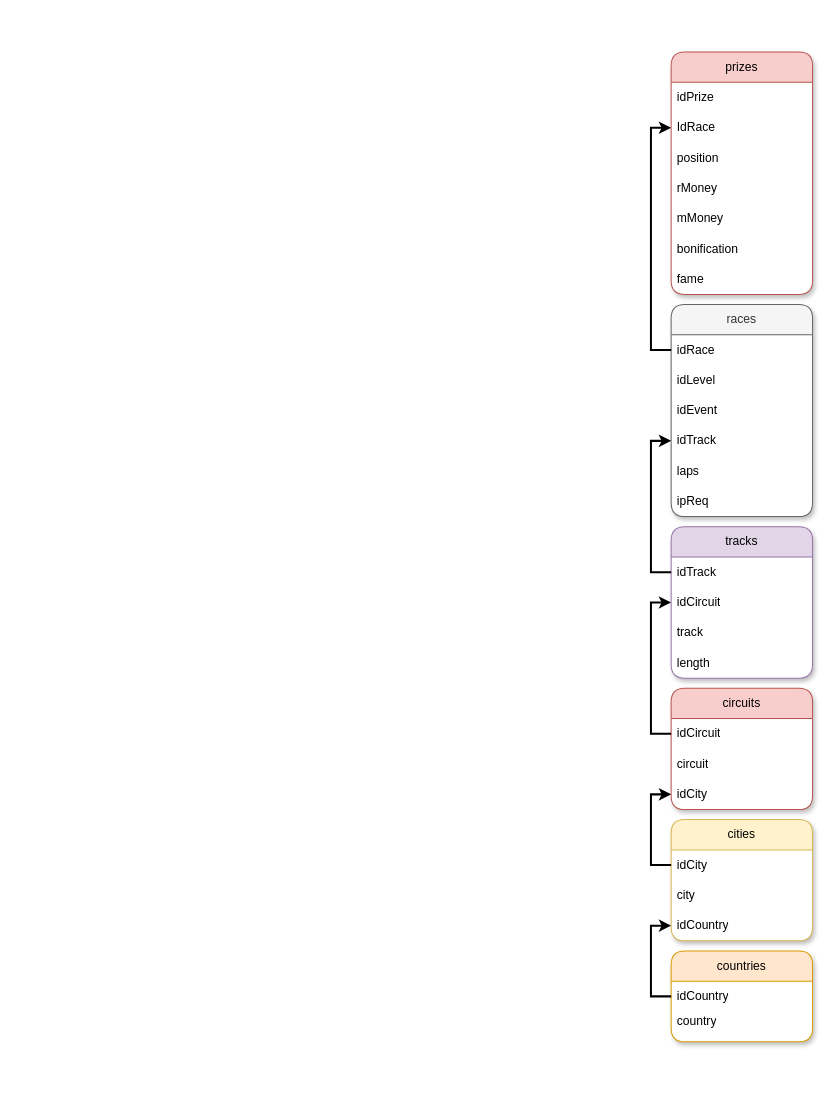
This is schema/rr3schema.drawio from joadaro/bd-real-racing-3, a draw.io file, before an edit. Source tidied: cells renumbered, new cells numbered last; positions are measured from the earlier drawing's top-left corner, leaving out a move shared by most shapes. Both pictures are drawn from the tidied source at 101%, with x=0, y=0 at pixel (671, 52).
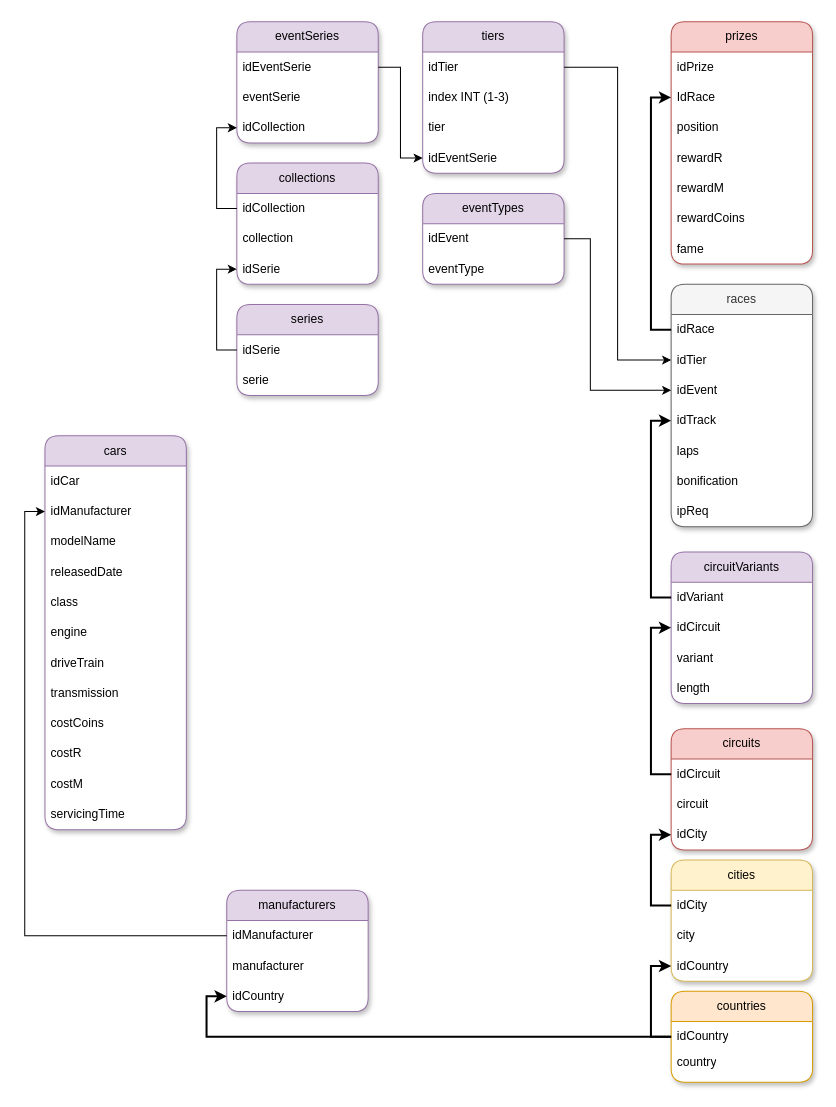
After the change.

Unchanged cells that the change refers to:
```xml
<mxCell id="3" value="idCountry" style="text;strokeColor=none;fillColor=none;align=left;verticalAlign=middle;spacingLeft=4;spacingRight=4;overflow=hidden;points=[[0,0.5],[1,0.5]];portConstraint=eastwest;whiteSpace=wrap;html=1;" parent="2" vertex="1">
  <mxGeometry y="30" width="140" height="30" as="geometry" />
</mxCell>
<mxCell id="24" value="idEvent" style="text;strokeColor=none;fillColor=none;align=left;verticalAlign=middle;spacingLeft=4;spacingRight=4;overflow=hidden;points=[[0,0.5],[1,0.5]];portConstraint=eastwest;whiteSpace=wrap;html=1;" parent="21" vertex="1">
  <mxGeometry y="90" width="140" height="30" as="geometry" />
</mxCell>
```

Diff of the diagram source:
```diff
@@
     <mxCell id="2" value="countries" style="swimlane;fontStyle=0;horizontal=1;startSize=30;whiteSpace=wrap;html=1;fillColor=#ffe6cc;strokeColor=#d79b00;swimlaneFillColor=default;rounded=1;glass=0;shadow=1;" parent="1" vertex="1">
-      <mxGeometry y="890" width="140" height="90" as="geometry" />
+      <mxGeometry y="930" width="140" height="90" as="geometry" />
     </mxCell>
@@
     <mxCell id="5" value="cities" style="swimlane;fontStyle=0;horizontal=1;startSize=30;whiteSpace=wrap;html=1;fillColor=#fff2cc;strokeColor=#d6b656;swimlaneFillColor=default;rounded=1;shadow=1;" parent="1" vertex="1">
-      <mxGeometry y="760" width="140" height="120" as="geometry" />
+      <mxGeometry y="800" width="140" height="120" as="geometry" />
     </mxCell>
@@
     <mxCell id="10" value="circuits" style="swimlane;fontStyle=0;horizontal=1;startSize=30;whiteSpace=wrap;html=1;fillColor=#f8cecc;strokeColor=#b85450;swimlaneFillColor=default;rounded=1;shadow=1;" parent="1" vertex="1">
-      <mxGeometry y="630" width="140" height="120" as="geometry" />
+      <mxGeometry y="670" width="140" height="120" as="geometry" />
     </mxCell>
@@
-    <mxCell id="15" value="tracks" style="swimlane;fontStyle=0;horizontal=1;startSize=30;whiteSpace=wrap;html=1;fillColor=#e1d5e7;strokeColor=#9673a6;swimlaneFillColor=default;rounded=1;shadow=1;" parent="1" vertex="1">
-      <mxGeometry y="470" width="140" height="150" as="geometry" />
+    <mxCell id="15" value="circuitVariants" style="swimlane;fontStyle=0;horizontal=1;startSize=30;whiteSpace=wrap;html=1;fillColor=#e1d5e7;strokeColor=#9673a6;swimlaneFillColor=default;rounded=1;shadow=1;" parent="1" vertex="1">
+      <mxGeometry y="495" width="140" height="150" as="geometry" />
     </mxCell>
-    <mxCell id="16" value="idTrack" style="text;strokeColor=none;fillColor=none;align=left;verticalAlign=middle;spacingLeft=4;spacingRight=4;overflow=hidden;points=[[0,0.5],[1,0.5]];portConstraint=eastwest;whiteSpace=wrap;html=1;" parent="15" vertex="1">
+    <mxCell id="16" value="idVariant" style="text;strokeColor=none;fillColor=none;align=left;verticalAlign=middle;spacingLeft=4;spacingRight=4;overflow=hidden;points=[[0,0.5],[1,0.5]];portConstraint=eastwest;whiteSpace=wrap;html=1;" parent="15" vertex="1">
       <mxGeometry y="30" width="140" height="30" as="geometry" />
     </mxCell>
@@
-    <mxCell id="18" value="track" style="text;strokeColor=none;fillColor=none;align=left;verticalAlign=middle;spacingLeft=4;spacingRight=4;overflow=hidden;whiteSpace=wrap;html=1;" parent="15" vertex="1">
+    <mxCell id="18" value="variant" style="text;strokeColor=none;fillColor=none;align=left;verticalAlign=middle;spacingLeft=4;spacingRight=4;overflow=hidden;whiteSpace=wrap;html=1;" parent="15" vertex="1">
       <mxGeometry y="90" width="140" height="30" as="geometry" />
     </mxCell>
@@
     <mxCell id="21" value="races" style="swimlane;fontStyle=0;horizontal=1;startSize=30;whiteSpace=wrap;html=1;swimlaneFillColor=default;rounded=1;shadow=1;fillColor=#f5f5f5;fontColor=#333333;strokeColor=#666666;" parent="1" vertex="1">
-      <mxGeometry y="250" width="140" height="210" as="geometry" />
+      <mxGeometry y="230" width="140" height="240" as="geometry" />
     </mxCell>
@@
-    <mxCell id="23" value="idLevel" style="text;strokeColor=none;fillColor=none;align=left;verticalAlign=middle;spacingLeft=4;spacingRight=4;overflow=hidden;whiteSpace=wrap;html=1;" parent="21" vertex="1">
-      <mxGeometry y="60" width="140" height="30" as="geometry" />
-    </mxCell>
+    <mxCell id="38" value="idTier" style="text;strokeColor=none;fillColor=none;align=left;verticalAlign=middle;spacingLeft=4;spacingRight=4;overflow=hidden;points=[[0,0.5],[1,0.5]];portConstraint=eastwest;whiteSpace=wrap;html=1;" parent="21" vertex="1">
+      <mxGeometry y="60" width="140" height="30" as="geometry" />
+    </mxCell>
@@
+    <mxCell id="35" value="bonification" style="text;strokeColor=none;fillColor=none;align=left;verticalAlign=middle;spacingLeft=4;spacingRight=4;overflow=hidden;whiteSpace=wrap;html=1;" parent="21" vertex="1">
+      <mxGeometry y="180" width="140" height="30" as="geometry" />
+    </mxCell>
     <mxCell id="27" value="ipReq" style="text;strokeColor=none;fillColor=none;align=left;verticalAlign=middle;spacingLeft=4;spacingRight=4;overflow=hidden;whiteSpace=wrap;html=1;" parent="21" vertex="1">
-      <mxGeometry y="180" width="140" height="30" as="geometry" />
+      <mxGeometry y="210" width="140" height="30" as="geometry" />
     </mxCell>
@@
     <mxCell id="29" value="prizes" style="swimlane;fontStyle=0;horizontal=1;startSize=30;whiteSpace=wrap;html=1;fillColor=#f8cecc;strokeColor=#b85450;gradientColor=none;swimlaneFillColor=default;rounded=1;shadow=1;" parent="1" vertex="1">
-      <mxGeometry width="140" height="240" as="geometry" />
+      <mxGeometry y="-30" width="140" height="240" as="geometry" />
     </mxCell>
@@
-    <mxCell id="33" value="rMoney" style="text;strokeColor=none;fillColor=none;align=left;verticalAlign=middle;spacingLeft=4;spacingRight=4;overflow=hidden;whiteSpace=wrap;html=1;" parent="29" vertex="1">
+    <mxCell id="33" value="rewardR" style="text;strokeColor=none;fillColor=none;align=left;verticalAlign=middle;spacingLeft=4;spacingRight=4;overflow=hidden;whiteSpace=wrap;html=1;" parent="29" vertex="1">
       <mxGeometry y="120" width="140" height="30" as="geometry" />
     </mxCell>
-    <mxCell id="34" value="mMoney" style="text;strokeColor=none;fillColor=none;align=left;verticalAlign=middle;spacingLeft=4;spacingRight=4;overflow=hidden;whiteSpace=wrap;html=1;" parent="29" vertex="1">
+    <mxCell id="34" value="rewardM" style="text;strokeColor=none;fillColor=none;align=left;verticalAlign=middle;spacingLeft=4;spacingRight=4;overflow=hidden;whiteSpace=wrap;html=1;" parent="29" vertex="1">
       <mxGeometry y="150" width="140" height="30" as="geometry" />
     </mxCell>
-    <mxCell id="35" value="bonification" style="text;strokeColor=none;fillColor=none;align=left;verticalAlign=middle;spacingLeft=4;spacingRight=4;overflow=hidden;whiteSpace=wrap;html=1;" parent="29" vertex="1">
-      <mxGeometry y="180" width="140" height="30" as="geometry" />
-    </mxCell>
+    <mxCell id="39" value="rewardCoins" style="text;strokeColor=none;fillColor=none;align=left;verticalAlign=middle;spacingLeft=4;spacingRight=4;overflow=hidden;whiteSpace=wrap;html=1;" parent="29" vertex="1">
+      <mxGeometry y="180" width="140" height="30" as="geometry" />
+    </mxCell>
@@
+    <mxCell id="40" value="series" style="swimlane;fontStyle=0;horizontal=1;startSize=30;whiteSpace=wrap;html=1;fillColor=#e1d5e7;strokeColor=#9673a6;swimlaneFillColor=default;rounded=1;shadow=1;" parent="1" vertex="1">
+      <mxGeometry x="-430" y="250" width="140" height="90" as="geometry" />
+    </mxCell>
+    <mxCell id="41" value="idSerie" style="text;strokeColor=none;fillColor=none;align=left;verticalAlign=middle;spacingLeft=4;spacingRight=4;overflow=hidden;points=[[0,0.5],[1,0.5]];portConstraint=eastwest;whiteSpace=wrap;html=1;" parent="40" vertex="1">
+      <mxGeometry y="30" width="140" height="30" as="geometry" />
+    </mxCell>
+    <mxCell id="42" value="serie" style="text;strokeColor=none;fillColor=none;align=left;verticalAlign=middle;spacingLeft=4;spacingRight=4;overflow=hidden;whiteSpace=wrap;html=1;" parent="40" vertex="1">
+      <mxGeometry y="60" width="140" height="30" as="geometry" />
+    </mxCell>
+    <mxCell id="43" value="collections" style="swimlane;fontStyle=0;horizontal=1;startSize=30;whiteSpace=wrap;html=1;fillColor=#e1d5e7;strokeColor=#9673a6;swimlaneFillColor=default;rounded=1;shadow=1;" parent="1" vertex="1">
+      <mxGeometry x="-430" y="110" width="140" height="120" as="geometry" />
+    </mxCell>
+    <mxCell id="44" value="idCollection" style="text;strokeColor=none;fillColor=none;align=left;verticalAlign=middle;spacingLeft=4;spacingRight=4;overflow=hidden;points=[[0,0.5],[1,0.5]];portConstraint=eastwest;whiteSpace=wrap;html=1;" parent="43" vertex="1">
+      <mxGeometry y="30" width="140" height="30" as="geometry" />
+    </mxCell>
+    <mxCell id="45" value="collection" style="text;strokeColor=none;fillColor=none;align=left;verticalAlign=middle;spacingLeft=4;spacingRight=4;overflow=hidden;whiteSpace=wrap;html=1;" parent="43" vertex="1">
+      <mxGeometry y="60" width="140" height="30" as="geometry" />
+    </mxCell>
+    <mxCell id="46" value="idSerie" style="text;strokeColor=none;fillColor=none;align=left;verticalAlign=middle;spacingLeft=4;spacingRight=4;overflow=hidden;points=[[0,0.5],[1,0.5]];portConstraint=eastwest;whiteSpace=wrap;html=1;" parent="43" vertex="1">
+      <mxGeometry y="90" width="140" height="30" as="geometry" />
+    </mxCell>
+    <mxCell id="47" style="edgeStyle=orthogonalEdgeStyle;rounded=0;jettySize=auto;html=1;entryX=0;entryY=0.5;entryDx=0;entryDy=0;" parent="1" edge="1" source="41" target="46">
+      <mxGeometry relative="1" as="geometry" />
+    </mxCell>
+    <mxCell id="48" value="eventSeries" style="swimlane;fontStyle=0;horizontal=1;startSize=30;whiteSpace=wrap;html=1;fillColor=#e1d5e7;strokeColor=#9673a6;swimlaneFillColor=default;rounded=1;shadow=1;" parent="1" vertex="1">
+      <mxGeometry x="-430" y="-30" width="140" height="120" as="geometry" />
+    </mxCell>
+    <mxCell id="49" value="idEventSerie" style="text;strokeColor=none;fillColor=none;align=left;verticalAlign=middle;spacingLeft=4;spacingRight=4;overflow=hidden;points=[[0,0.5],[1,0.5]];portConstraint=eastwest;whiteSpace=wrap;html=1;" parent="48" vertex="1">
+      <mxGeometry y="30" width="140" height="30" as="geometry" />
+    </mxCell>
+    <mxCell id="50" value="eventSerie" style="text;strokeColor=none;fillColor=none;align=left;verticalAlign=middle;spacingLeft=4;spacingRight=4;overflow=hidden;whiteSpace=wrap;html=1;" parent="48" vertex="1">
+      <mxGeometry y="60" width="140" height="30" as="geometry" />
+    </mxCell>
+    <mxCell id="51" value="idCollection" style="text;strokeColor=none;fillColor=none;align=left;verticalAlign=middle;spacingLeft=4;spacingRight=4;overflow=hidden;points=[[0,0.5],[1,0.5]];portConstraint=eastwest;whiteSpace=wrap;html=1;" parent="48" vertex="1">
+      <mxGeometry y="90" width="140" height="30" as="geometry" />
+    </mxCell>
+    <mxCell id="52" style="edgeStyle=orthogonalEdgeStyle;rounded=0;jettySize=auto;html=1;entryX=0;entryY=0.5;entryDx=0;entryDy=0;" parent="1" edge="1" source="44" target="51">
+      <mxGeometry relative="1" as="geometry" />
+    </mxCell>
+    <mxCell id="53" value="tiers" style="swimlane;fontStyle=0;horizontal=1;startSize=30;whiteSpace=wrap;html=1;fillColor=#e1d5e7;strokeColor=#9673a6;swimlaneFillColor=default;rounded=1;shadow=1;" parent="1" vertex="1">
+      <mxGeometry x="-246" y="-30" width="140" height="150" as="geometry" />
+    </mxCell>
+    <mxCell id="54" value="idTier" style="text;strokeColor=none;fillColor=none;align=left;verticalAlign=middle;spacingLeft=4;spacingRight=4;overflow=hidden;points=[[0,0.5],[1,0.5]];portConstraint=eastwest;whiteSpace=wrap;html=1;" parent="53" vertex="1">
+      <mxGeometry y="30" width="140" height="30" as="geometry" />
+    </mxCell>
+    <mxCell id="55" value="index INT (1-3)" style="text;strokeColor=none;fillColor=none;align=left;verticalAlign=middle;spacingLeft=4;spacingRight=4;overflow=hidden;whiteSpace=wrap;html=1;" parent="53" vertex="1">
+      <mxGeometry y="60" width="140" height="30" as="geometry" />
+    </mxCell>
+    <mxCell id="56" value="tier" style="text;strokeColor=none;fillColor=none;align=left;verticalAlign=middle;spacingLeft=4;spacingRight=4;overflow=hidden;whiteSpace=wrap;html=1;" parent="53" vertex="1">
+      <mxGeometry y="90" width="140" height="30" as="geometry" />
+    </mxCell>
+    <mxCell id="57" value="idEventSerie" style="text;strokeColor=none;fillColor=none;align=left;verticalAlign=middle;spacingLeft=4;spacingRight=4;overflow=hidden;points=[[0,0.5],[1,0.5]];portConstraint=eastwest;whiteSpace=wrap;html=1;" parent="53" vertex="1">
+      <mxGeometry y="120" width="140" height="30" as="geometry" />
+    </mxCell>
+    <mxCell id="58" style="edgeStyle=orthogonalEdgeStyle;rounded=0;jettySize=auto;html=1;entryX=0;entryY=0.5;entryDx=0;entryDy=0;" parent="1" edge="1" source="49" target="57">
+      <mxGeometry relative="1" as="geometry" />
+    </mxCell>
+    <mxCell id="59" value="eventTypes" style="swimlane;fontStyle=0;horizontal=1;startSize=30;whiteSpace=wrap;html=1;fillColor=#e1d5e7;strokeColor=#9673a6;swimlaneFillColor=default;rounded=1;shadow=1;" parent="1" vertex="1">
+      <mxGeometry x="-246" y="140" width="140" height="90" as="geometry" />
+    </mxCell>
+    <mxCell id="60" value="idEvent" style="text;strokeColor=none;fillColor=none;align=left;verticalAlign=middle;spacingLeft=4;spacingRight=4;overflow=hidden;points=[[0,0.5],[1,0.5]];portConstraint=eastwest;whiteSpace=wrap;html=1;" parent="59" vertex="1">
+      <mxGeometry y="30" width="140" height="30" as="geometry" />
+    </mxCell>
+    <mxCell id="61" value="eventType" style="text;strokeColor=none;fillColor=none;align=left;verticalAlign=middle;spacingLeft=4;spacingRight=4;overflow=hidden;whiteSpace=wrap;html=1;" parent="59" vertex="1">
+      <mxGeometry y="60" width="140" height="30" as="geometry" />
+    </mxCell>
+    <mxCell id="62" style="edgeStyle=orthogonalEdgeStyle;rounded=0;jettySize=auto;html=1;entryX=0;entryY=0.5;entryDx=0;entryDy=0;" parent="1" edge="1" source="54" target="38">
+      <mxGeometry relative="1" as="geometry" />
+    </mxCell>
+    <mxCell id="63" value="manufacturers" style="swimlane;fontStyle=0;horizontal=1;startSize=30;whiteSpace=wrap;html=1;fillColor=#e1d5e7;strokeColor=#9673a6;swimlaneFillColor=default;rounded=1;shadow=1;" parent="1" vertex="1">
+      <mxGeometry x="-440" y="830" width="140" height="120" as="geometry" />
+    </mxCell>
+    <mxCell id="64" value="idManufacturer" style="text;strokeColor=none;fillColor=none;align=left;verticalAlign=middle;spacingLeft=4;spacingRight=4;overflow=hidden;points=[[0,0.5],[1,0.5]];portConstraint=eastwest;whiteSpace=wrap;html=1;" parent="63" vertex="1">
+      <mxGeometry y="30" width="140" height="30" as="geometry" />
+    </mxCell>
+    <mxCell id="65" value="manufacturer" style="text;strokeColor=none;fillColor=none;align=left;verticalAlign=middle;spacingLeft=4;spacingRight=4;overflow=hidden;whiteSpace=wrap;html=1;" parent="63" vertex="1">
+      <mxGeometry y="60" width="140" height="30" as="geometry" />
+    </mxCell>
+    <mxCell id="66" value="idCountry" style="text;strokeColor=none;fillColor=none;align=left;verticalAlign=middle;spacingLeft=4;spacingRight=4;overflow=hidden;points=[[0,0.5],[1,0.5]];portConstraint=eastwest;whiteSpace=wrap;html=1;" parent="63" vertex="1">
+      <mxGeometry y="90" width="140" height="30" as="geometry" />
+    </mxCell>
+    <mxCell id="67" style="edgeStyle=orthogonalEdgeStyle;rounded=0;jettySize=auto;html=1;entryX=0;entryY=0.5;entryDx=0;entryDy=0;strokeWidth=2;" parent="1" edge="1" source="3" target="66">
+      <mxGeometry relative="1" as="geometry" />
+    </mxCell>
+    <mxCell id="68" value="cars" style="swimlane;fontStyle=0;horizontal=1;startSize=30;whiteSpace=wrap;html=1;fillColor=#e1d5e7;strokeColor=#9673a6;swimlaneFillColor=default;rounded=1;shadow=1;" parent="1" vertex="1">
+      <mxGeometry x="-620" y="380" width="140" height="390" as="geometry" />
+    </mxCell>
+    <mxCell id="69" value="idCar" style="text;strokeColor=none;fillColor=none;align=left;verticalAlign=middle;spacingLeft=4;spacingRight=4;overflow=hidden;whiteSpace=wrap;html=1;" parent="68" vertex="1">
+      <mxGeometry y="30" width="140" height="30" as="geometry" />
+    </mxCell>
+    <mxCell id="70" value="idManufacturer" style="text;strokeColor=none;fillColor=none;align=left;verticalAlign=middle;spacingLeft=4;spacingRight=4;overflow=hidden;points=[[0,0.5],[1,0.5]];portConstraint=eastwest;whiteSpace=wrap;html=1;" parent="68" vertex="1">
+      <mxGeometry y="60" width="140" height="30" as="geometry" />
+    </mxCell>
+    <mxCell id="71" value="modelName" style="text;strokeColor=none;fillColor=none;align=left;verticalAlign=middle;spacingLeft=4;spacingRight=4;overflow=hidden;whiteSpace=wrap;html=1;" parent="68" vertex="1">
+      <mxGeometry y="90" width="140" height="30" as="geometry" />
+    </mxCell>
+    <mxCell id="72" value="releasedDate" style="text;strokeColor=none;fillColor=none;align=left;verticalAlign=middle;spacingLeft=4;spacingRight=4;overflow=hidden;whiteSpace=wrap;html=1;" parent="68" vertex="1">
+      <mxGeometry y="120" width="140" height="30" as="geometry" />
+    </mxCell>
+    <mxCell id="73" value="class" style="text;strokeColor=none;fillColor=none;align=left;verticalAlign=middle;spacingLeft=4;spacingRight=4;overflow=hidden;whiteSpace=wrap;html=1;" parent="68" vertex="1">
+      <mxGeometry y="150" width="140" height="30" as="geometry" />
+    </mxCell>
+    <mxCell id="74" value="engine" style="text;strokeColor=none;fillColor=none;align=left;verticalAlign=middle;spacingLeft=4;spacingRight=4;overflow=hidden;whiteSpace=wrap;html=1;" parent="68" vertex="1">
+      <mxGeometry y="180" width="140" height="30" as="geometry" />
+    </mxCell>
+    <mxCell id="75" value="driveTrain" style="text;strokeColor=none;fillColor=none;align=left;verticalAlign=middle;spacingLeft=4;spacingRight=4;overflow=hidden;whiteSpace=wrap;html=1;" parent="68" vertex="1">
+      <mxGeometry y="210" width="140" height="30" as="geometry" />
+    </mxCell>
+    <mxCell id="76" value="transmission" style="text;strokeColor=none;fillColor=none;align=left;verticalAlign=middle;spacingLeft=4;spacingRight=4;overflow=hidden;whiteSpace=wrap;html=1;" parent="68" vertex="1">
+      <mxGeometry y="240" width="140" height="30" as="geometry" />
+    </mxCell>
+    <mxCell id="77" value="costCoins" style="text;strokeColor=none;fillColor=none;align=left;verticalAlign=middle;spacingLeft=4;spacingRight=4;overflow=hidden;whiteSpace=wrap;html=1;" parent="68" vertex="1">
+      <mxGeometry y="270" width="140" height="30" as="geometry" />
+    </mxCell>
+    <mxCell id="78" value="costR" style="text;strokeColor=none;fillColor=none;align=left;verticalAlign=middle;spacingLeft=4;spacingRight=4;overflow=hidden;whiteSpace=wrap;html=1;" parent="68" vertex="1">
+      <mxGeometry y="300" width="140" height="30" as="geometry" />
+    </mxCell>
+    <mxCell id="79" value="costM" style="text;strokeColor=none;fillColor=none;align=left;verticalAlign=middle;spacingLeft=4;spacingRight=4;overflow=hidden;whiteSpace=wrap;html=1;" parent="68" vertex="1">
+      <mxGeometry y="330" width="140" height="30" as="geometry" />
+    </mxCell>
+    <mxCell id="80" value="servicingTime" style="text;strokeColor=none;fillColor=none;align=left;verticalAlign=middle;spacingLeft=4;spacingRight=4;overflow=hidden;whiteSpace=wrap;html=1;" parent="68" vertex="1">
+      <mxGeometry y="360" width="140" height="30" as="geometry" />
+    </mxCell>
+    <mxCell id="81" style="edgeStyle=orthogonalEdgeStyle;rounded=0;jettySize=auto;html=1;entryX=0;entryY=0.5;entryDx=0;entryDy=0;" parent="1" edge="1" source="64" target="70">
+      <mxGeometry relative="1" as="geometry" />
+    </mxCell>
+    <mxCell id="82" style="edgeStyle=orthogonalEdgeStyle;rounded=0;jettySize=auto;html=1;entryX=0;entryY=0.5;entryDx=0;entryDy=0;" parent="1" edge="1" source="60" target="24">
+      <mxGeometry relative="1" as="geometry">
+        <Array as="points">
+          <mxPoint x="-80" y="185" />
+          <mxPoint x="-80" y="335" />
+        </Array>
+      </mxGeometry>
+    </mxCell>
```
